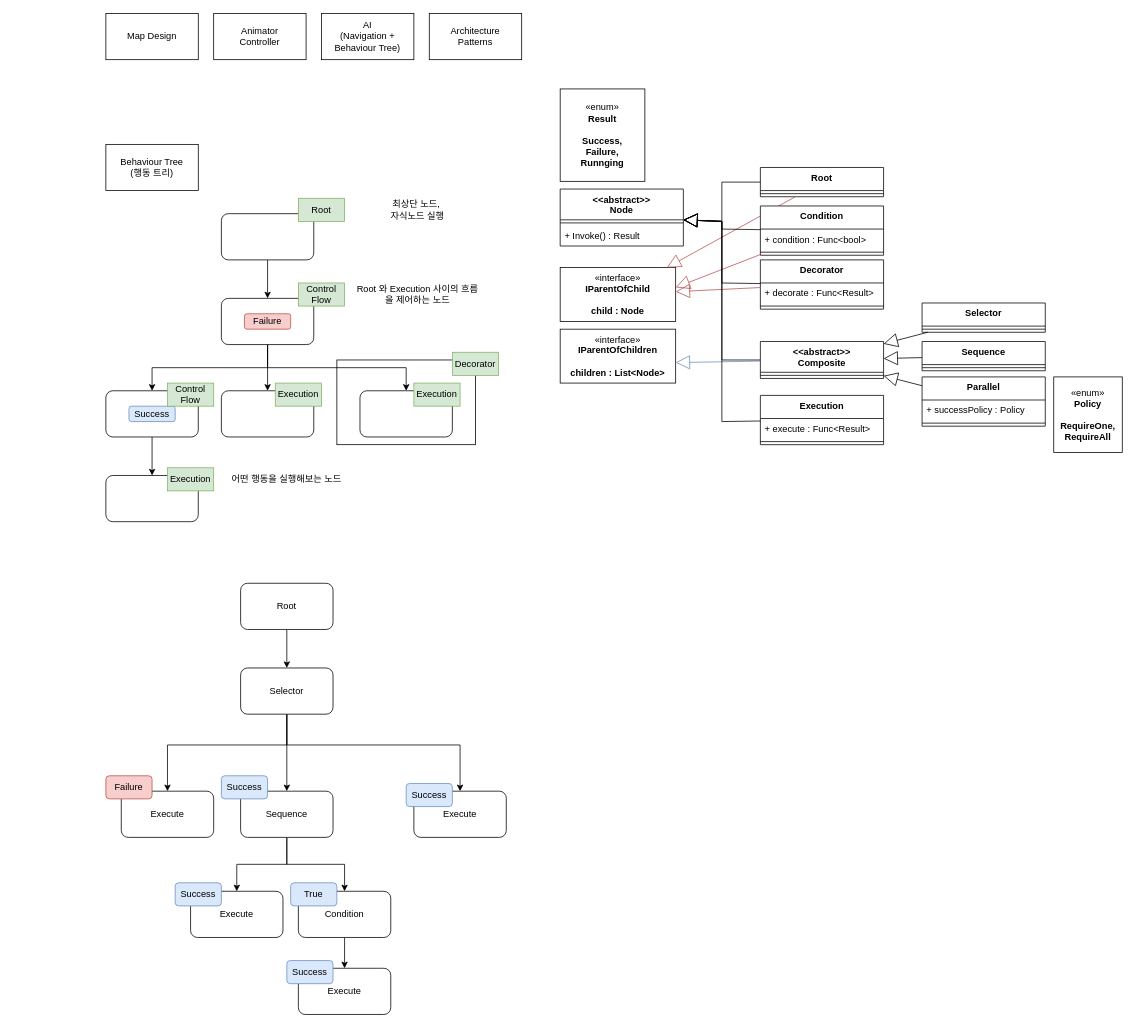
This is RPG3D/RPG3DConcept.drawio from luke-youngmin-cho/UnityEngineBasic_9th, a draw.io file, before an edit. Source tidied: cells renumbered, new cells numbered last; positions are measured from the earlier drawing's top-left corner, leaving out a move shared by most shapes. Both pictures are drawn from the tidied source at 77%, with x=0, y=0 at pixel (105, 13).
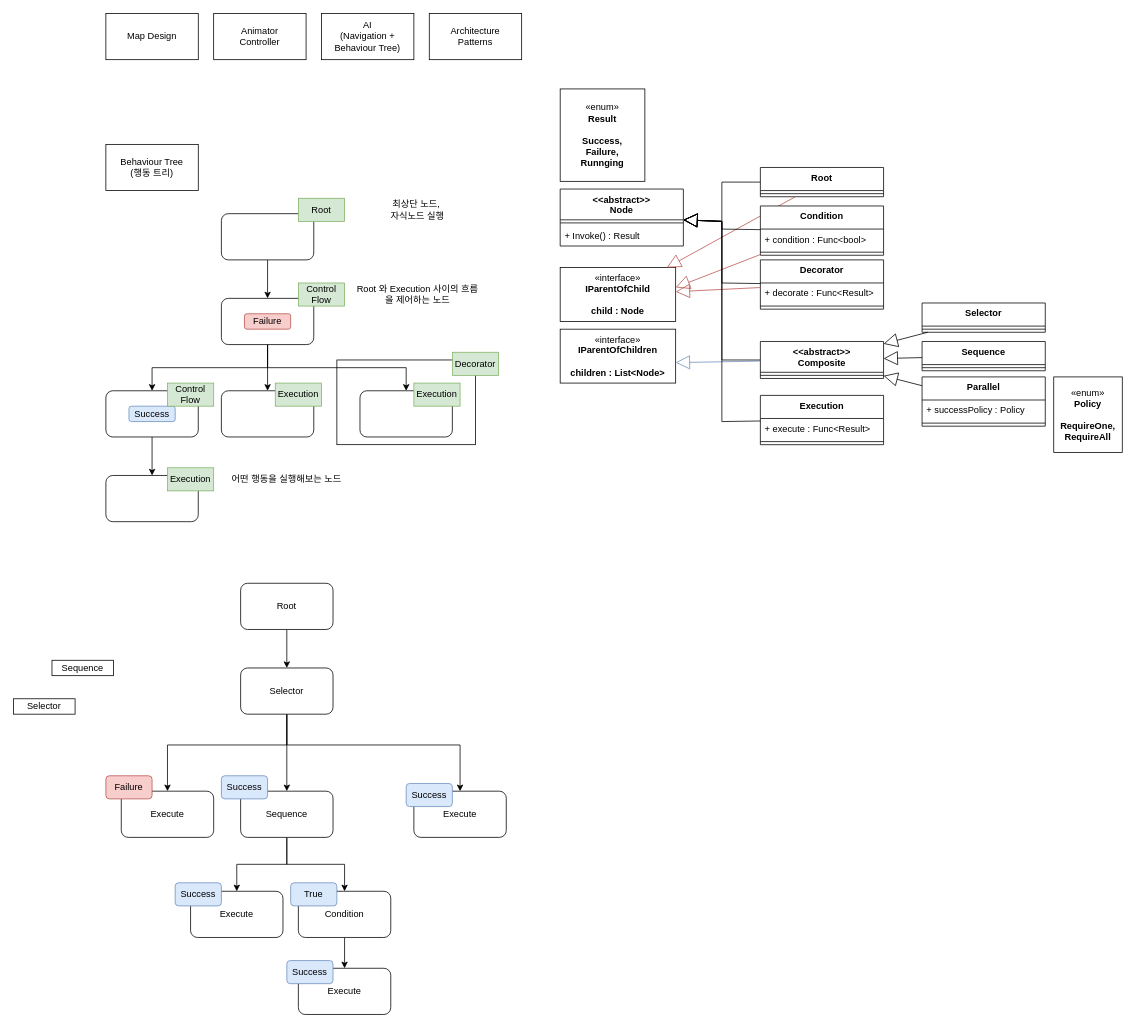
After the change.

Diff of the diagram source:
```diff
@@
+    <mxCell id="91" value="Selector" style="rounded=0;whiteSpace=wrap;html=1;" parent="1" vertex="1">
+      <mxGeometry x="-120" y="890" width="80" height="20" as="geometry" />
+    </mxCell>
+    <mxCell id="92" value="Sequence" style="rounded=0;whiteSpace=wrap;html=1;" parent="1" vertex="1">
+      <mxGeometry x="-70" y="840" width="80" height="20" as="geometry" />
+    </mxCell>
```
